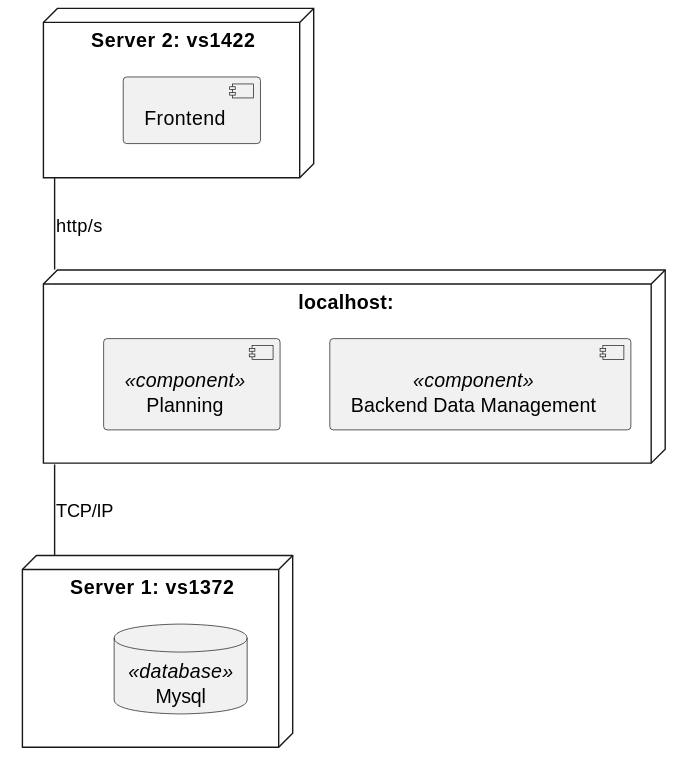
Before: docs/views/level2/physical-view.svg, a diagram exported from PlantUML (1220846/sem5pi-24-25-3ddg20).
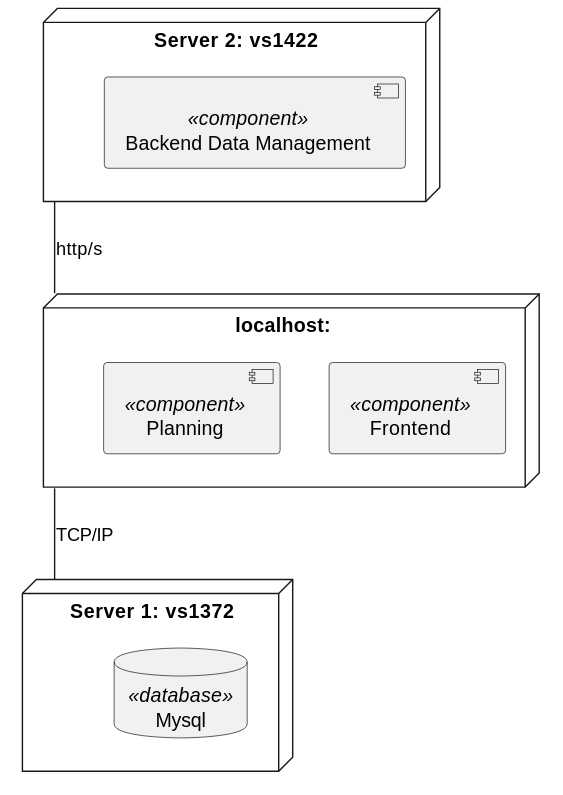
The same diagram one commit later.

Commit message:
fix documentation ,physical views and mapping views level 2,3 #94

The edit, as a diff of the source:
```diff
@@ -1,13 +1,16 @@
 @startuml
 node "localhost: " as LOCALHOST {
-  component "Backend Data Management" as BackendDataManagement <<component>> {
+
+  component "Frontend" as Frontend <<component>>{
   }
-  component "Planning" as P <<component>>  {
+
+  component "Planning" as Planning <<component>>  {
   }
 }
 
 node "Server 2: vs1422" as Server {
-  component "Frontend" as Frontend {
+
+  component "Backend Data Management" as BackendDataManagement <<component>> {
   }
 }
 
```
